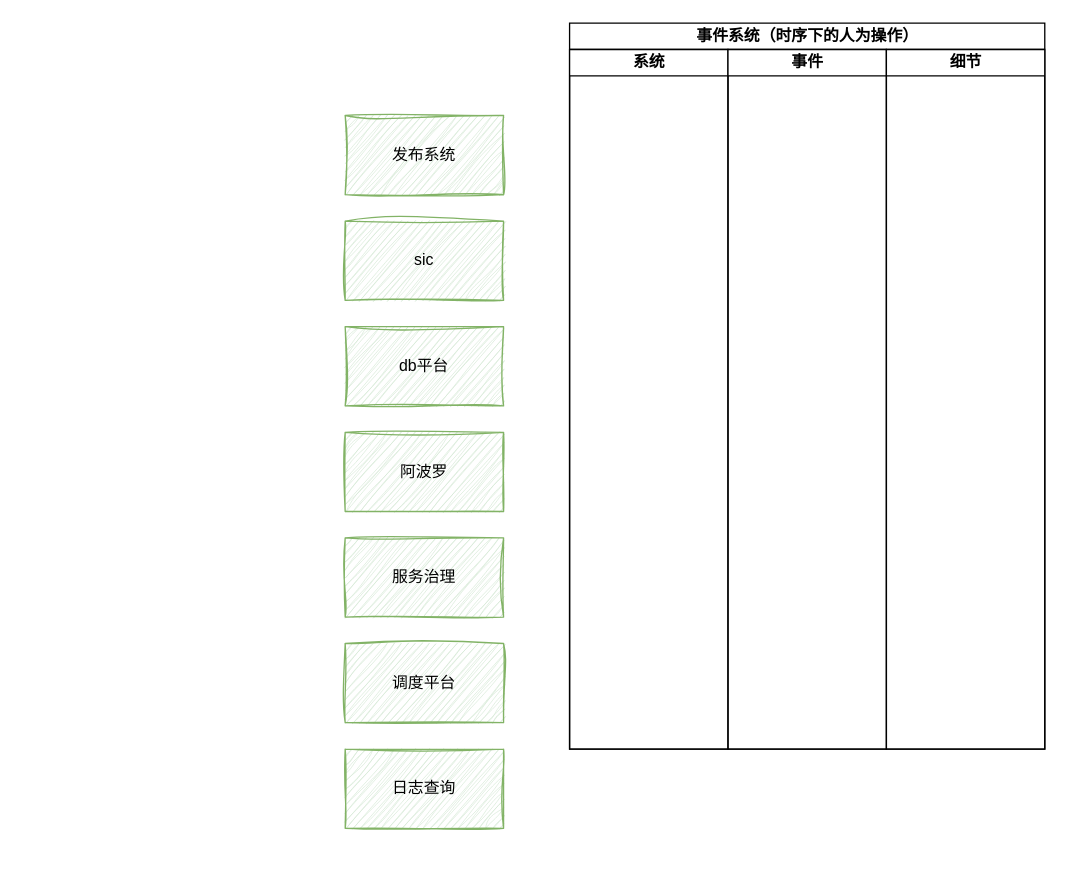
This is page "事件系统" (5 of 5) of tech/arch/稳定性.drawio from zhuanzhuan-tech/arch-draw-io, a draw.io file, before an edit. Source tidied: cells renumbered, new cells numbered last; positions are measured from the earlier drawing's top-left corner, leaving out a move shared by most shapes. Both pictures are drawn from the tidied source at 132%, with x=0, y=0 at pixel (345, 22).
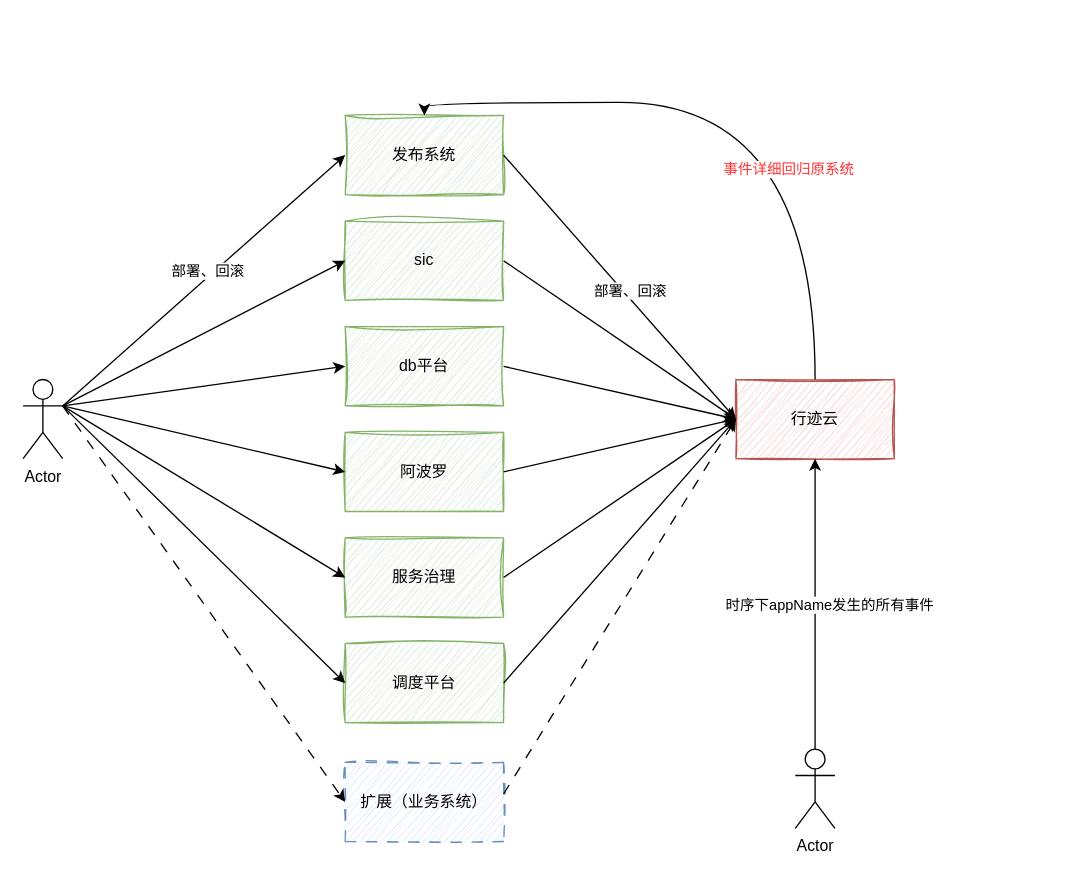
After the change.

Commit message:
更新稳定性.drawio

The change refers to these unchanged cells:
```xml
<mxCell id="2" value="sic" style="rounded=0;whiteSpace=wrap;html=1;fillColor=#d5e8d4;strokeColor=#82b366;sketch=1;curveFitting=1;jiggle=2;" parent="1" vertex="1">
  <mxGeometry y="150" width="120" height="60" as="geometry" />
</mxCell>
<mxCell id="3" value="db平台" style="rounded=0;whiteSpace=wrap;html=1;fillColor=#d5e8d4;strokeColor=#82b366;sketch=1;curveFitting=1;jiggle=2;" parent="1" vertex="1">
  <mxGeometry y="230" width="120" height="60" as="geometry" />
</mxCell>
<mxCell id="4" value="阿波罗" style="rounded=0;whiteSpace=wrap;html=1;fillColor=#d5e8d4;strokeColor=#82b366;sketch=1;curveFitting=1;jiggle=2;" parent="1" vertex="1">
  <mxGeometry y="310" width="120" height="60" as="geometry" />
</mxCell>
<mxCell id="5" value="服务治理" style="rounded=0;whiteSpace=wrap;html=1;fillColor=#d5e8d4;strokeColor=#82b366;sketch=1;curveFitting=1;jiggle=2;" parent="1" vertex="1">
  <mxGeometry y="390" width="120" height="60" as="geometry" />
</mxCell>
<mxCell id="6" value="发布系统" style="rounded=0;whiteSpace=wrap;html=1;fillColor=#d5e8d4;strokeColor=#82b366;sketch=1;curveFitting=1;jiggle=2;" parent="1" vertex="1">
  <mxGeometry y="70" width="120" height="60" as="geometry" />
</mxCell>
<mxCell id="7" value="调度平台" style="rounded=0;whiteSpace=wrap;html=1;fillColor=#d5e8d4;strokeColor=#82b366;sketch=1;curveFitting=1;jiggle=2;" parent="1" vertex="1">
  <mxGeometry y="470" width="120" height="60" as="geometry" />
</mxCell>
```

Change to the diagram source:
```diff
@@
-    <mxCell id="8" value="日志查询" style="rounded=0;whiteSpace=wrap;html=1;fillColor=#d5e8d4;strokeColor=#82b366;sketch=1;curveFitting=1;jiggle=2;" parent="1" vertex="1">
-      <mxGeometry y="550" width="120" height="60" as="geometry" />
+    <mxCell id="8" value="行迹云" style="rounded=0;whiteSpace=wrap;html=1;fillColor=#f8cecc;strokeColor=#b85450;sketch=1;curveFitting=1;jiggle=2;" parent="1" vertex="1">
+      <mxGeometry x="296" y="270" width="120" height="60" as="geometry" />
     </mxCell>
-    <mxCell id="9" value="事件系统（时序下的人为操作）" style="swimlane;startSize=20;html=1;" parent="1" vertex="1">
-      <mxGeometry x="170" width="360" height="550" as="geometry" />
-    </mxCell>
-    <mxCell id="10" value="系统" style="swimlane;startSize=20;html=1;" parent="9" vertex="1">
-      <mxGeometry y="20" width="120" height="530" as="geometry" />
-    </mxCell>
-    <mxCell id="11" value="事件" style="swimlane;startSize=20;html=1;" parent="9" vertex="1">
-      <mxGeometry x="120" y="20" width="120" height="530" as="geometry" />
-    </mxCell>
-    <mxCell id="12" value="细节" style="swimlane;startSize=20;html=1;" parent="9" vertex="1">
-      <mxGeometry x="240" y="20" width="120" height="530" as="geometry" />
-    </mxCell>
+    <mxCell id="13" value="Actor" style="shape=umlActor;verticalLabelPosition=bottom;verticalAlign=top;html=1;outlineConnect=0;" parent="1" vertex="1">
+      <mxGeometry x="-244" y="270" width="30" height="60" as="geometry" />
+    </mxCell>
+    <mxCell id="14" style="endArrow=classic;html=1;rounded=0;exitX=1;exitY=0.3333333333333333;exitDx=0;exitDy=0;exitPerimeter=0;entryX=0;entryY=0.5;entryDx=0;entryDy=0;" parent="1" edge="1" source="13" target="6">
+      <mxGeometry relative="1" as="geometry" />
+    </mxCell>
+    <mxCell id="15" value="部署、回滚" style="edgeLabel;html=1;align=center;verticalAlign=middle;" parent="14" vertex="1">
+      <mxGeometry x="0.05" y="4" relative="1" as="geometry" />
+    </mxCell>
+    <mxCell id="16" style="endArrow=classic;html=1;rounded=0;entryX=0;entryY=0.5;entryDx=0;entryDy=0;exitX=1;exitY=0.3333333333333333;exitDx=0;exitDy=0;exitPerimeter=0;" parent="1" edge="1" source="13" target="2">
+      <mxGeometry relative="1" as="geometry" />
+    </mxCell>
+    <mxCell id="17" style="endArrow=classic;html=1;rounded=0;entryX=0;entryY=0.5;entryDx=0;entryDy=0;exitX=1;exitY=0.3333333333333333;exitDx=0;exitDy=0;exitPerimeter=0;" parent="1" edge="1" source="13" target="3">
+      <mxGeometry relative="1" as="geometry" />
+    </mxCell>
+    <mxCell id="18" style="endArrow=classic;html=1;rounded=0;entryX=0;entryY=0.5;entryDx=0;entryDy=0;exitX=1;exitY=0.3333333333333333;exitDx=0;exitDy=0;exitPerimeter=0;" parent="1" edge="1" source="13" target="4">
+      <mxGeometry relative="1" as="geometry" />
+    </mxCell>
+    <mxCell id="19" style="endArrow=classic;html=1;rounded=0;entryX=0;entryY=0.5;entryDx=0;entryDy=0;exitX=1;exitY=0.3333333333333333;exitDx=0;exitDy=0;exitPerimeter=0;" parent="1" edge="1" source="13" target="5">
+      <mxGeometry relative="1" as="geometry" />
+    </mxCell>
+    <mxCell id="20" style="endArrow=classic;html=1;rounded=0;entryX=0;entryY=0.5;entryDx=0;entryDy=0;exitX=1;exitY=0.3333333333333333;exitDx=0;exitDy=0;exitPerimeter=0;" parent="1" edge="1" source="13" target="7">
+      <mxGeometry relative="1" as="geometry" />
+    </mxCell>
+    <mxCell id="21" style="endArrow=classic;html=1;rounded=0;exitX=1;exitY=0.5;exitDx=0;exitDy=0;entryX=0;entryY=0.5;entryDx=0;entryDy=0;" parent="1" edge="1" source="6" target="8">
+      <mxGeometry relative="1" as="geometry" />
+    </mxCell>
+    <mxCell id="22" value="部署、回滚" style="edgeLabel;html=1;align=center;verticalAlign=middle;" parent="21" vertex="1">
+      <mxGeometry x="0.05" y="4" relative="1" as="geometry" />
+    </mxCell>
+    <mxCell id="23" style="endArrow=classic;html=1;rounded=0;entryX=0;entryY=0.5;entryDx=0;entryDy=0;exitX=1;exitY=0.5;exitDx=0;exitDy=0;" parent="1" edge="1" source="2" target="8">
+      <mxGeometry relative="1" as="geometry" />
+    </mxCell>
+    <mxCell id="24" style="endArrow=classic;html=1;rounded=0;exitX=1;exitY=0.5;exitDx=0;exitDy=0;entryX=0;entryY=0.5;entryDx=0;entryDy=0;" parent="1" edge="1" source="3" target="8">
+      <mxGeometry relative="1" as="geometry" />
+    </mxCell>
+    <mxCell id="25" style="endArrow=classic;html=1;rounded=0;exitX=1;exitY=0.5;exitDx=0;exitDy=0;entryX=0;entryY=0.5;entryDx=0;entryDy=0;" parent="1" edge="1" source="4" target="8">
+      <mxGeometry relative="1" as="geometry" />
+    </mxCell>
+    <mxCell id="26" style="endArrow=classic;html=1;rounded=0;exitX=1;exitY=0.5;exitDx=0;exitDy=0;entryX=0;entryY=0.5;entryDx=0;entryDy=0;" parent="1" edge="1" source="5" target="8">
+      <mxGeometry relative="1" as="geometry" />
+    </mxCell>
+    <mxCell id="27" style="endArrow=classic;html=1;rounded=0;exitX=1;exitY=0.5;exitDx=0;exitDy=0;entryX=0;entryY=0.5;entryDx=0;entryDy=0;" parent="1" edge="1" source="7" target="8">
+      <mxGeometry relative="1" as="geometry" />
+    </mxCell>
+    <mxCell id="28" value="扩展（业务系统）" style="rounded=0;whiteSpace=wrap;html=1;fillColor=#dae8fc;strokeColor=#6c8ebf;sketch=1;curveFitting=1;jiggle=2;dashed=1;dashPattern=8 8;" parent="1" vertex="1">
+      <mxGeometry y="560" width="120" height="60" as="geometry" />
+    </mxCell>
+    <mxCell id="29" style="endArrow=classic;html=1;rounded=0;entryX=0;entryY=0.5;entryDx=0;entryDy=0;exitX=1;exitY=0.3333333333333333;exitDx=0;exitDy=0;exitPerimeter=0;dashed=1;dashPattern=8 8;" parent="1" edge="1" source="13" target="28">
+      <mxGeometry relative="1" as="geometry" />
+    </mxCell>
+    <mxCell id="30" style="endArrow=classic;html=1;rounded=0;entryX=0;entryY=0.5;entryDx=0;entryDy=0;exitX=1;exitY=0.4;exitDx=0;exitDy=0;exitPerimeter=0;dashed=1;dashPattern=8 8;" parent="1" edge="1" source="28" target="8">
+      <mxGeometry relative="1" as="geometry" />
+    </mxCell>
+    <mxCell id="31" value="Actor" style="shape=umlActor;verticalLabelPosition=bottom;verticalAlign=top;html=1;outlineConnect=0;" parent="1" vertex="1">
+      <mxGeometry x="341" y="550" width="30" height="60" as="geometry" />
+    </mxCell>
+    <mxCell id="32" style="endArrow=classic;html=1;rounded=0;exitX=0.5;exitY=0;exitDx=0;exitDy=0;exitPerimeter=0;entryX=0.5;entryY=1;entryDx=0;entryDy=0;" parent="1" edge="1" source="31" target="8">
+      <mxGeometry relative="1" as="geometry" />
+    </mxCell>
+    <mxCell id="33" value="时序下appName发生的所有事件" style="edgeLabel;html=1;align=center;verticalAlign=middle;" parent="32" vertex="1">
+      <mxGeometry x="0.14" relative="1" as="geometry">
+        <mxPoint x="10" y="15" as="offset" />
+      </mxGeometry>
+    </mxCell>
+    <mxCell id="34" style="endArrow=classic;html=1;rounded=0;elbow=vertical;exitX=0.5;exitY=0;exitDx=0;exitDy=0;entryX=0.5;entryY=0;entryDx=0;entryDy=0;edgeStyle=orthogonalEdgeStyle;curved=1;" parent="1" edge="1" source="8" target="6">
+      <mxGeometry relative="1" as="geometry" />
+    </mxCell>
+    <mxCell id="35" value="&lt;font style=&quot;color: rgb(255, 51, 51);&quot;&gt;事件详细回归原系统&lt;/font&gt;" style="edgeLabel;html=1;align=center;verticalAlign=middle;" parent="34" vertex="1">
+      <mxGeometry x="0.08" y="23" relative="1" as="geometry">
+        <mxPoint x="48" y="27" as="offset" />
+      </mxGeometry>
+    </mxCell>
```
